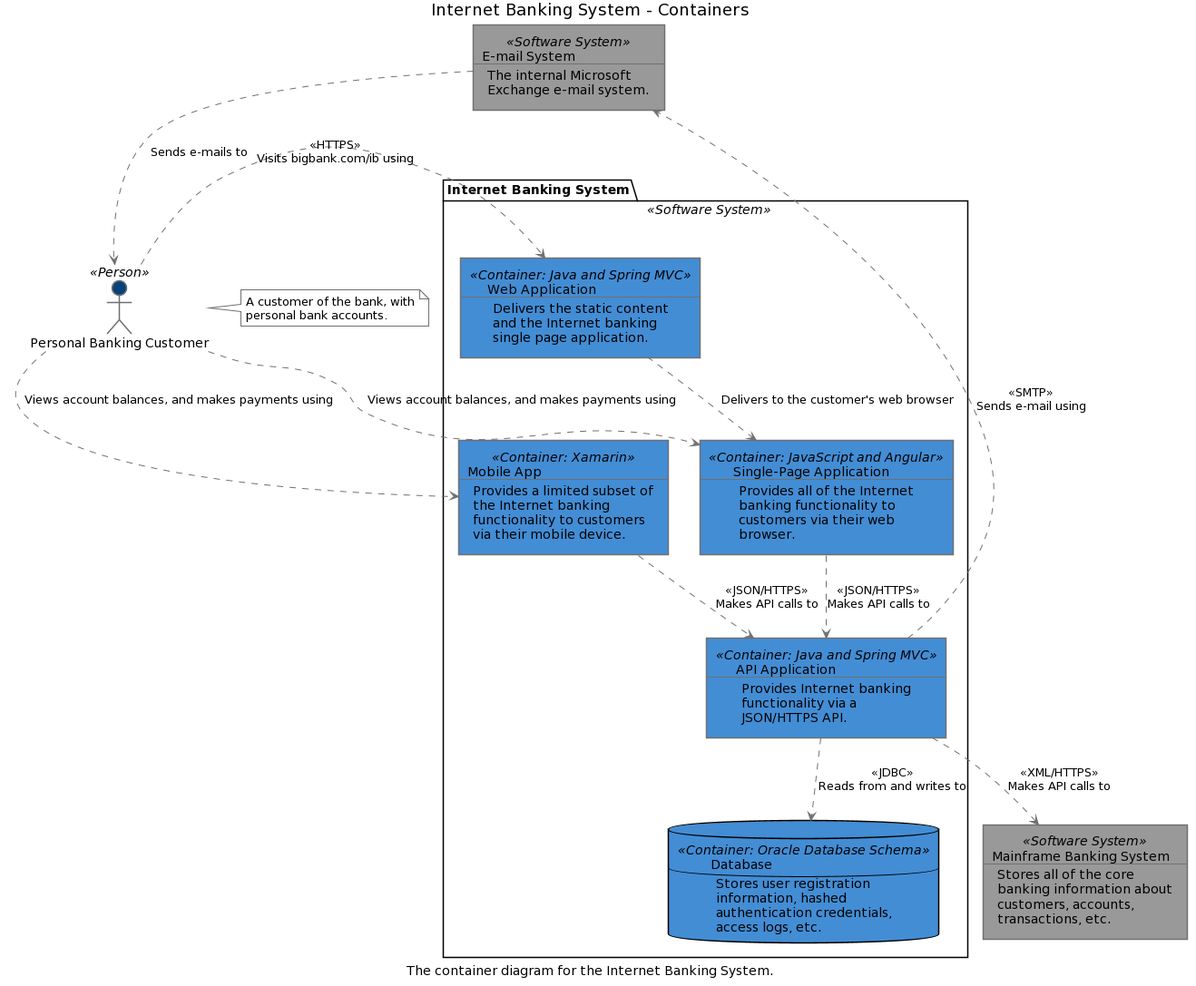
The PlantUML diagram img/structurizr-36141-Containers-plantuml.png in structurizr/diagrams-as-text, before a commit. Source of this version:
```plantuml
@startuml
scale max 2000x1409
title Internet Banking System - Containers
caption The container diagram for the Internet Banking System.

skinparam {
  shadowing false
  arrowColor #707070
  actorBorderColor #707070
  componentBorderColor #707070
  rectangleBorderColor #707070
  noteBackgroundColor #ffffff
  noteBorderColor #707070
}
rectangle 6 <<Software System>> #999999 [
  E-mail System
  --
  The internal Microsoft
  Exchange e-mail system.
]
rectangle 4 <<Software System>> #999999 [
  Mainframe Banking System
  --
  Stores all of the core
  banking information about
  customers, accounts,
  transactions, etc.
]
actor "Personal Banking Customer" <<Person>> as 1 #08427b
note right of 1
  A customer of the bank, with
  personal bank accounts.
end note
package "Internet Banking System" <<Software System>> {
  rectangle 20 <<Container: Java and Spring MVC>> #438dd5 [
    API Application
    --
    Provides Internet banking
    functionality via a
    JSON/HTTPS API.
  ]
  database 21 <<Container: Oracle Database Schema>> #438dd5 [
    Database
    --
    Stores user registration
    information, hashed
    authentication credentials,
    access logs, etc.
  ]
  rectangle 18 <<Container: Xamarin>> #438dd5 [
    Mobile App
    --
    Provides a limited subset of
    the Internet banking
    functionality to customers
    via their mobile device.
  ]
  rectangle 17 <<Container: JavaScript and Angular>> #438dd5 [
    Single-Page Application
    --
    Provides all of the Internet
    banking functionality to
    customers via their web
    browser.
  ]
  rectangle 19 <<Container: Java and Spring MVC>> #438dd5 [
    Web Application
    --
    Delivers the static content
    and the Internet banking
    single page application.
  ]
}
20 .[#707070].> 21 : <<JDBC>>\nReads from and writes to
20 .[#707070].> 6 : <<SMTP>>\nSends e-mail using
20 .[#707070].> 4 : <<XML/HTTPS>>\nMakes API calls to
6 .[#707070].> 1 : Sends e-mails to
18 .[#707070].> 20 : <<JSON/HTTPS>>\nMakes API calls to
1 .[#707070].> 18 : Views account balances, and makes payments using
1 .[#707070].> 17 : Views account balances, and makes payments using
1 .[#707070].> 19 : <<HTTPS>>\nVisits bigbank.com/ib using
17 .[#707070].> 20 : <<JSON/HTTPS>>\nMakes API calls to
19 .[#707070].> 17 : Delivers to the customer's web browser
@enduml
```
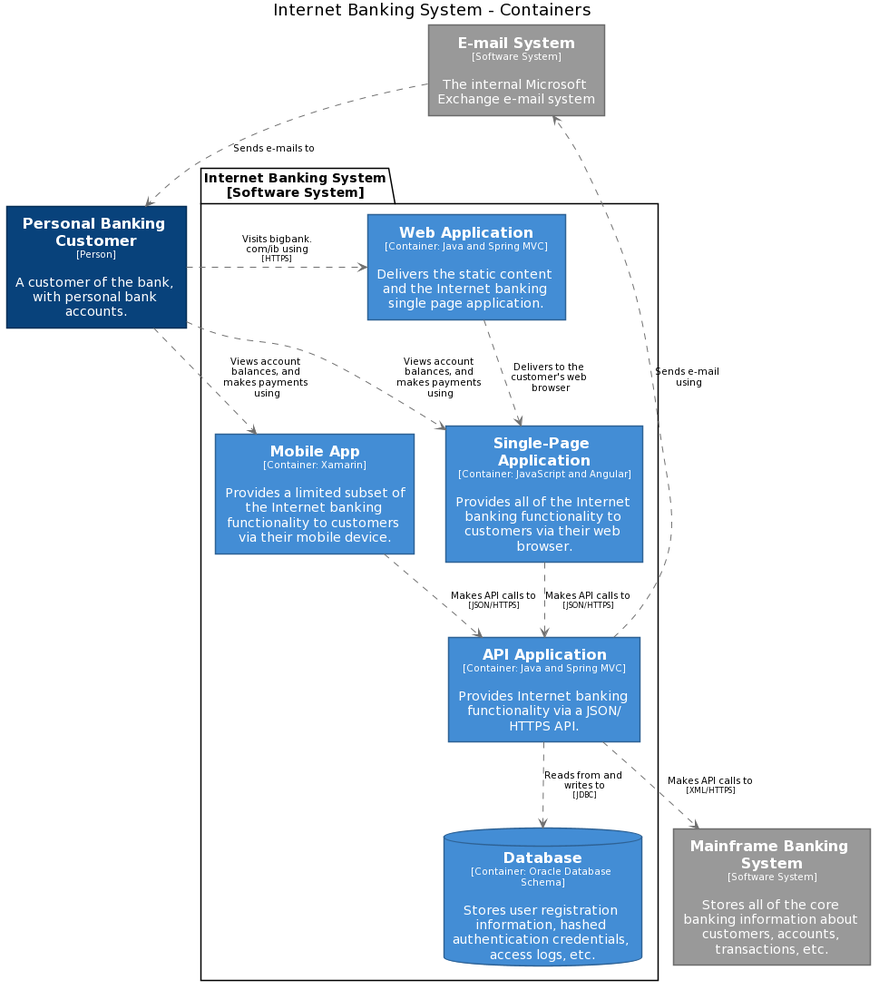
After the commit.

The edit, as a diff of the source:
```diff
@@ -1,84 +1,73 @@
 @startuml
-scale max 2000x1409
 title Internet Banking System - Containers
-caption The container diagram for the Internet Banking System.
 
 skinparam {
   shadowing false
-  arrowColor #707070
-  actorBorderColor #707070
-  componentBorderColor #707070
-  rectangleBorderColor #707070
-  noteBackgroundColor #ffffff
-  noteBorderColor #707070
+  arrowFontSize 10
+  defaultTextAlignment center
+  wrapWidth 200
+  maxMessageSize 100
 }
-rectangle 6 <<Software System>> #999999 [
-  E-mail System
-  --
-  The internal Microsoft
-  Exchange e-mail system.
-]
-rectangle 4 <<Software System>> #999999 [
-  Mainframe Banking System
-  --
-  Stores all of the core
-  banking information about
-  customers, accounts,
-  transactions, etc.
-]
-actor "Personal Banking Customer" <<Person>> as 1 #08427b
-note right of 1
-  A customer of the bank, with
-  personal bank accounts.
-end note
-package "Internet Banking System" <<Software System>> {
-  rectangle 20 <<Container: Java and Spring MVC>> #438dd5 [
-    API Application
-    --
-    Provides Internet banking
-    functionality via a
-    JSON/HTTPS API.
-  ]
-  database 21 <<Container: Oracle Database Schema>> #438dd5 [
-    Database
-    --
-    Stores user registration
-    information, hashed
-    authentication credentials,
-    access logs, etc.
-  ]
-  rectangle 18 <<Container: Xamarin>> #438dd5 [
-    Mobile App
-    --
-    Provides a limited subset of
-    the Internet banking
-    functionality to customers
-    via their mobile device.
-  ]
-  rectangle 17 <<Container: JavaScript and Angular>> #438dd5 [
-    Single-Page Application
-    --
-    Provides all of the Internet
-    banking functionality to
-    customers via their web
-    browser.
-  ]
-  rectangle 19 <<Container: Java and Spring MVC>> #438dd5 [
-    Web Application
-    --
-    Delivers the static content
-    and the Internet banking
-    single page application.
-  ]
+hide stereotype
+top to bottom direction
+skinparam rectangle<<11>> {
+  BackgroundColor #438dd5
+  FontColor #ffffff
+  BorderColor #2E6295
 }
-20 .[#707070].> 21 : <<JDBC>>\nReads from and writes to
-20 .[#707070].> 6 : <<SMTP>>\nSends e-mail using
-20 .[#707070].> 4 : <<XML/HTTPS>>\nMakes API calls to
-6 .[#707070].> 1 : Sends e-mails to
-18 .[#707070].> 20 : <<JSON/HTTPS>>\nMakes API calls to
-1 .[#707070].> 18 : Views account balances, and makes payments using
-1 .[#707070].> 17 : Views account balances, and makes payments using
-1 .[#707070].> 19 : <<HTTPS>>\nVisits bigbank.com/ib using
-17 .[#707070].> 20 : <<JSON/HTTPS>>\nMakes API calls to
-19 .[#707070].> 17 : Delivers to the customer's web browser
+skinparam rectangle<<1>> {
+  BackgroundColor #08427b
+  FontColor #ffffff
+  BorderColor #052E56
+}
+skinparam rectangle<<4>> {
+  BackgroundColor #999999
+  FontColor #ffffff
+  BorderColor #6B6B6B
+}
+skinparam rectangle<<5>> {
+  BackgroundColor #999999
+  FontColor #ffffff
+  BorderColor #6B6B6B
+}
+skinparam database<<18>> {
+  BackgroundColor #438dd5
+  FontColor #ffffff
+  BorderColor #2E6295
+}
+skinparam rectangle<<8>> {
+  BackgroundColor #438dd5
+  FontColor #ffffff
+  BorderColor #2E6295
+}
+skinparam rectangle<<9>> {
+  BackgroundColor #438dd5
+  FontColor #ffffff
+  BorderColor #2E6295
+}
+skinparam rectangle<<10>> {
+  BackgroundColor #438dd5
+  FontColor #ffffff
+  BorderColor #2E6295
+}
+rectangle "==E-mail System\n<size:10>[Software System]</size>\n\nThe internal Microsoft Exchange e-mail system" <<5>> as 5
+rectangle "==Mainframe Banking System\n<size:10>[Software System]</size>\n\nStores all of the core banking information about customers, accounts, transactions, etc." <<4>> as 4
+rectangle "==Personal Banking Customer\n<size:10>[Person]</size>\n\nA customer of the bank, with personal bank accounts." <<1>> as 1
+package "Internet Banking System\n[Software System]" {
+  rectangle "==API Application\n<size:10>[Container: Java and Spring MVC]</size>\n\nProvides Internet banking functionality via a JSON/HTTPS API." <<11>> as 11
+  database "==Database\n<size:10>[Container: Oracle Database Schema]</size>\n\nStores user registration information, hashed authentication credentials, access logs, etc." <<18>> as 18
+  rectangle "==Mobile App\n<size:10>[Container: Xamarin]</size>\n\nProvides a limited subset of the Internet banking functionality to customers via their mobile device." <<9>> as 9
+  rectangle "==Single-Page Application\n<size:10>[Container: JavaScript and Angular]</size>\n\nProvides all of the Internet banking functionality to customers via their web browser." <<8>> as 8
+  rectangle "==Web Application\n<size:10>[Container: Java and Spring MVC]</size>\n\nDelivers the static content and the Internet banking single page application." <<10>> as 10
+}
+11 .[#707070].> 18 : "Reads from and writes to\n<size:8>[JDBC]</size>"
+11 .[#707070].> 5 : "Sends e-mail using"
+11 .[#707070].> 4 : "Makes API calls to\n<size:8>[XML/HTTPS]</size>"
+5 .[#707070].> 1 : "Sends e-mails to"
+9 .[#707070].> 11 : "Makes API calls to\n<size:8>[JSON/HTTPS]</size>"
+1 .[#707070].> 9 : "Views account balances, and makes payments using"
+1 .[#707070].> 8 : "Views account balances, and makes payments using"
+1 .[#707070].> 10 : "Visits bigbank.com/ib using\n<size:8>[HTTPS]</size>"
+8 .[#707070].> 11 : "Makes API calls to\n<size:8>[JSON/HTTPS]</size>"
+10 .[#707070].> 8 : "Delivers to the customer's web browser"
 @enduml
```
